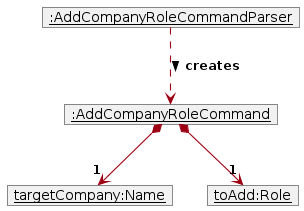
Earlier version of the PlantUML export diagrams/add-role/RoleAddParsing.png (AY2526S2-CS2103T-W11-2/tp). Its source is kept beside it as diagrams/add-role/RoleAddParsing.puml.
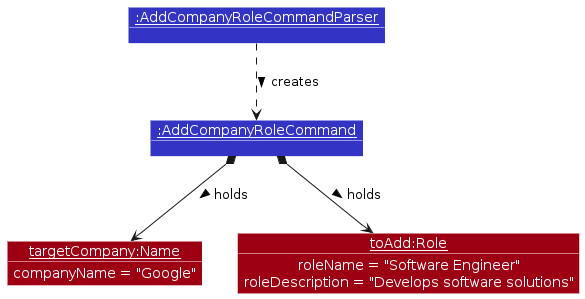
Later version of the same file.

Diff of the diagram source:
```diff
@@ -1,20 +1,26 @@
 @startuml
 !include ../style.puml
-skinparam arrowThickness 1.1
-skinparam arrowColor MODEL_COLOR
-skinparam classBackgroundColor MODEL_COLOR
+skinparam ArrowFontStyle plain
 
-object "__:AddCompanyRoleCommandParser__" as Parser
-object "__:AddCompanyRoleCommand__" as Command
-object "__targetCompany:Name__" as TargetName
-object "__toAdd:Role__" as Role
+skinparam shadowing false
+skinparam ObjectFontColor #FFFFFF
+skinparam ObjectAttributeFontColor #FFFFFF
+skinparam ObjectBorderColor #FFFFFF
+
+show objects
+show members
+
+object "__:AddCompanyRoleCommandParser__" as Parser LOGIC_COLOR
+object "__:AddCompanyRoleCommand__" as Command LOGIC_COLOR
+object "__targetCompany:Name__" as TargetName MODEL_COLOR
+object "__toAdd:Role__" as Role MODEL_COLOR
 
 Parser ..> Command : creates >
-Command *--> "1" TargetName
-Command *--> "1" Role
+Command *--> TargetName : holds >
+Command *--> Role : holds >
 
-TargetName : fullName = "Google"
-Role : name = "Software Engineer"
-Role : description = "Develops Software"
+TargetName : companyName = "Google"
+Role : roleName = "Software Engineer"
+Role : roleDescription = "Develops software solutions"
 
 @enduml
```
